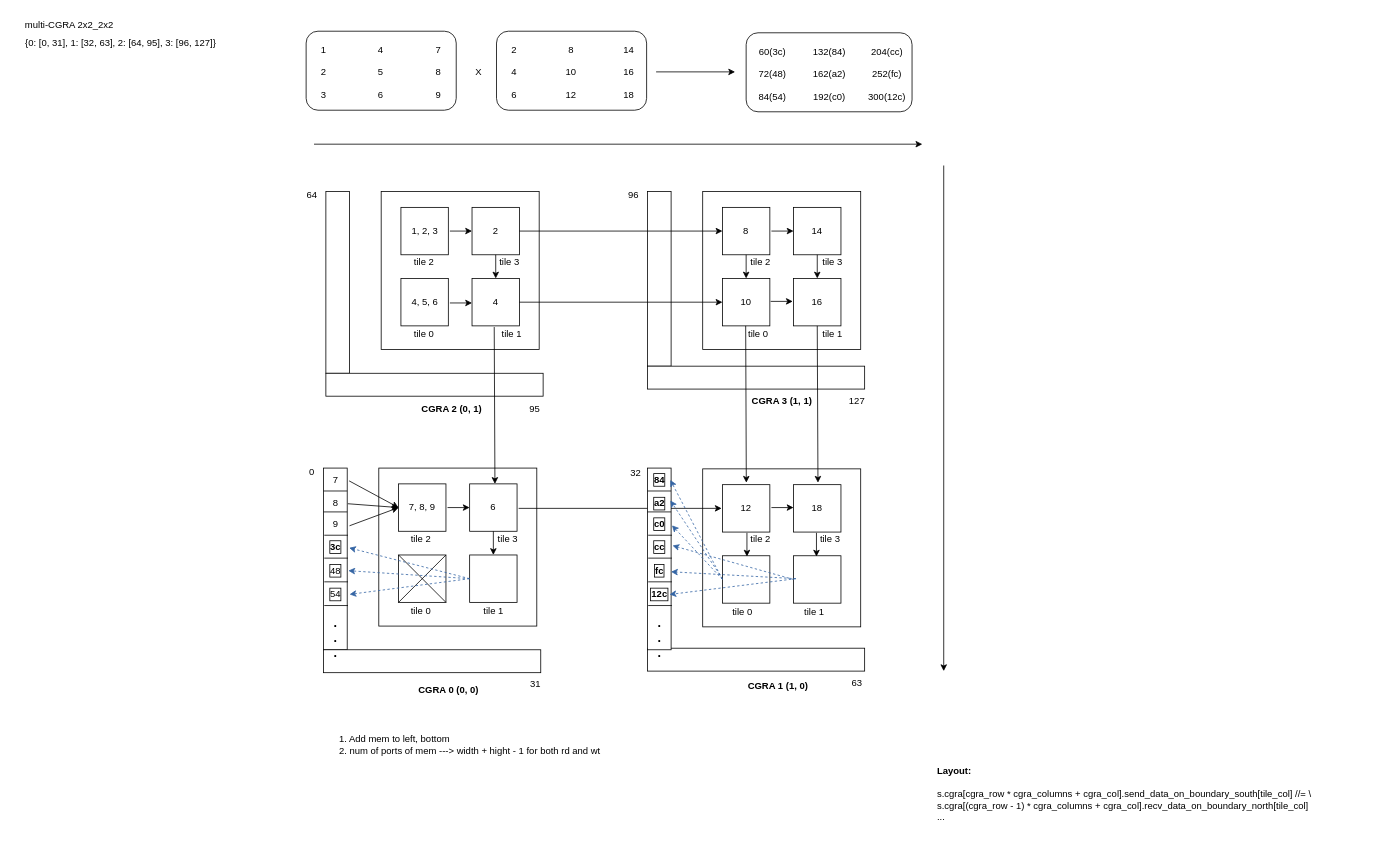
Earlier version of the draw.io diagram page "multi-CGRA systolic" (7 of 8) of Untitled Diagram.drawio (yuqisun/notes). Source tidied: cells renumbered, new cells numbered last; positions are measured from the earlier drawing's top-left corner, leaving out a move shared by most shapes. Both pictures are drawn from the tidied source at 79%, with x=0, y=0 at pixel (13, 13).
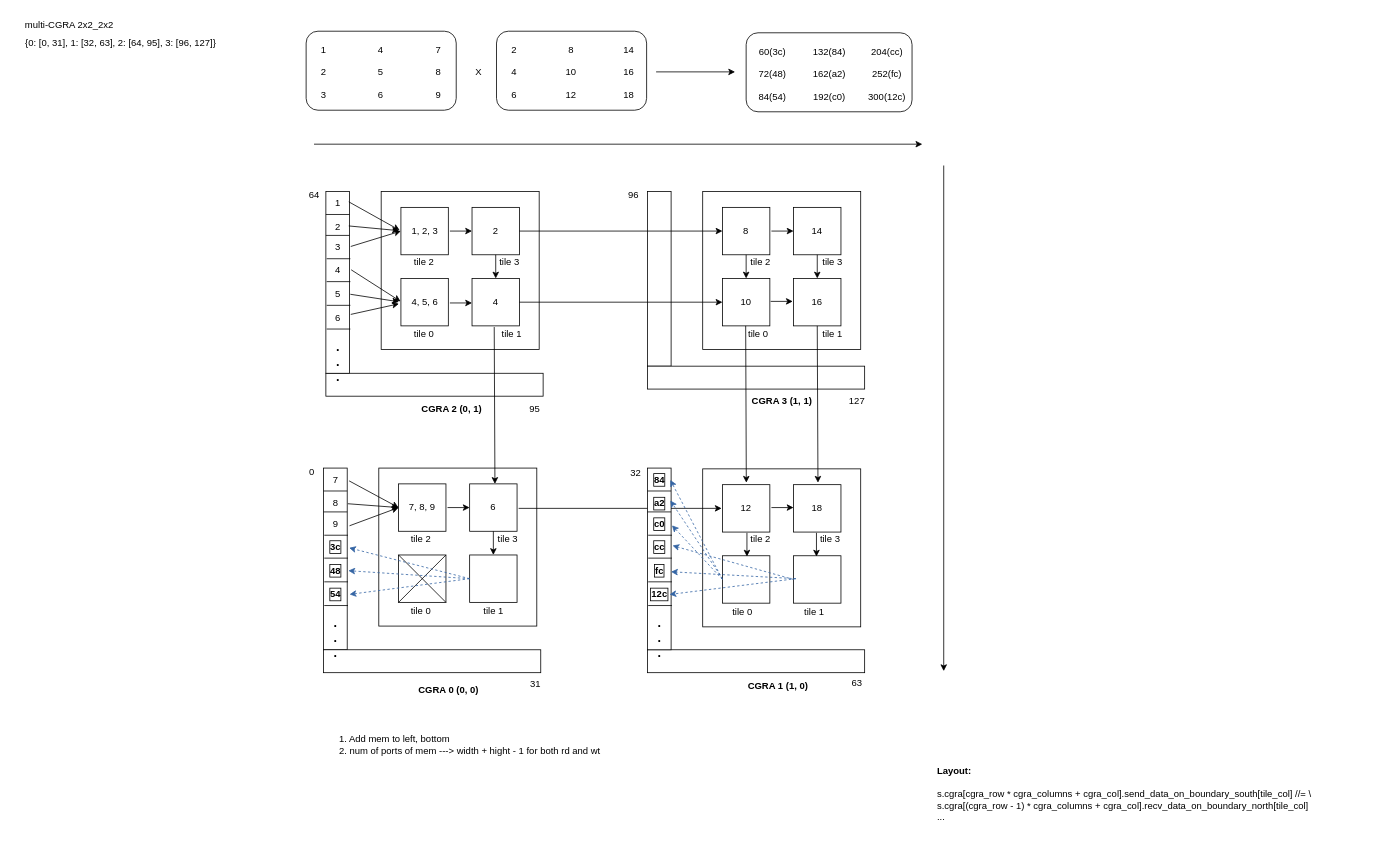
Above is the later version.

Unchanged cells that the change refers to:
```xml
<mxCell id="57" value="4, 5, 6" style="text;html=1;align=center;verticalAlign=middle;points=[];strokeColor=none;fillColor=none;" parent="1" vertex="1">
  <mxGeometry x="490" y="350" width="60" height="30" as="geometry" />
</mxCell>
<mxCell id="58" value="1, 2, 3" style="text;html=1;align=center;verticalAlign=middle;points=[];strokeColor=none;fillColor=none;" parent="1" vertex="1">
  <mxGeometry x="490" y="260" width="60" height="30" as="geometry" />
</mxCell>
```

Change to the diagram source:
```diff
@@
-    <mxCell id="13" style="rounded=0;whiteSpace=wrap;html=1;" parent="1" vertex="1">
-      <mxGeometry x="395" y="225" width="30" height="230" as="geometry" />
-    </mxCell>
@@
-    <mxCell id="41" value="64" style="text;html=1;align=center;verticalAlign=middle;strokeColor=none;fillColor=none;" parent="1" vertex="1">
-      <mxGeometry x="357" y="215" width="40" height="30" as="geometry" />
-    </mxCell>
@@
     <mxCell id="81" style="rounded=0;whiteSpace=wrap;html=1;" parent="1" vertex="1">
-      <mxGeometry x="802" y="803" width="275" height="29" as="geometry" />
+      <mxGeometry x="802" y="805" width="275" height="29" as="geometry" />
     </mxCell>
@@
-    <mxCell id="92" value="48" style="text;html=1;align=center;verticalAlign=middle;points=[];strokeColor=none;fillColor=none;labelBorderColor=default;" parent="1" vertex="1">
+    <mxCell id="92" value="48" style="text;html=1;align=center;verticalAlign=middle;points=[];strokeColor=none;fillColor=none;labelBorderColor=default;fontStyle=1;" parent="1" vertex="1">
       <mxGeometry x="387" y="690" width="40" height="30" as="geometry" />
     </mxCell>
-    <mxCell id="93" value="54" style="text;html=1;align=center;verticalAlign=middle;points=[];strokeColor=none;fillColor=none;labelBorderColor=default;" parent="1" vertex="1">
+    <mxCell id="93" value="54" style="text;html=1;align=center;verticalAlign=middle;points=[];strokeColor=none;fillColor=none;labelBorderColor=default;fontStyle=1;" parent="1" vertex="1">
       <mxGeometry x="387" y="720" width="40" height="30" as="geometry" />
     </mxCell>
@@
+    <mxCell id="13" style="rounded=0;whiteSpace=wrap;html=1;" parent="1" vertex="1">
+      <mxGeometry x="395" y="225" width="30" height="230" as="geometry" />
+    </mxCell>
+    <mxCell id="41" value="64" style="text;html=1;align=center;verticalAlign=middle;strokeColor=none;fillColor=none;" parent="1" vertex="1">
+      <mxGeometry x="360" y="215" width="40" height="30" as="geometry" />
+    </mxCell>
+    <mxCell id="139" style="endArrow=none;html=1;rounded=0;exitX=0;exitY=0.25;exitDx=0;exitDy=0;entryX=1;entryY=0.25;entryDx=0;entryDy=0;" parent="1" edge="1">
+      <mxGeometry relative="1" as="geometry">
+        <mxPoint x="395" y="280.5" as="sourcePoint" />
+        <mxPoint x="425" y="280.5" as="targetPoint" />
+      </mxGeometry>
+    </mxCell>
+    <mxCell id="140" style="endArrow=none;html=1;rounded=0;exitX=0;exitY=0.25;exitDx=0;exitDy=0;entryX=1;entryY=0.25;entryDx=0;entryDy=0;" parent="1" edge="1">
+      <mxGeometry relative="1" as="geometry">
+        <mxPoint x="395" y="254" as="sourcePoint" />
+        <mxPoint x="425" y="254" as="targetPoint" />
+      </mxGeometry>
+    </mxCell>
+    <mxCell id="141" style="endArrow=none;html=1;rounded=0;exitX=0;exitY=0.25;exitDx=0;exitDy=0;entryX=1;entryY=0.25;entryDx=0;entryDy=0;" parent="1" edge="1">
+      <mxGeometry relative="1" as="geometry">
+        <mxPoint x="396" y="310" as="sourcePoint" />
+        <mxPoint x="426" y="310" as="targetPoint" />
+      </mxGeometry>
+    </mxCell>
+    <mxCell id="142" style="endArrow=none;html=1;rounded=0;exitX=0;exitY=0.25;exitDx=0;exitDy=0;entryX=1;entryY=0.25;entryDx=0;entryDy=0;" parent="1" edge="1">
+      <mxGeometry relative="1" as="geometry">
+        <mxPoint x="396" y="339" as="sourcePoint" />
+        <mxPoint x="426" y="339" as="targetPoint" />
+      </mxGeometry>
+    </mxCell>
+    <mxCell id="143" style="endArrow=none;html=1;rounded=0;exitX=0;exitY=0.25;exitDx=0;exitDy=0;entryX=1;entryY=0.25;entryDx=0;entryDy=0;" parent="1" edge="1">
+      <mxGeometry relative="1" as="geometry">
+        <mxPoint x="396" y="369" as="sourcePoint" />
+        <mxPoint x="426" y="369" as="targetPoint" />
+      </mxGeometry>
+    </mxCell>
+    <mxCell id="144" style="endArrow=none;html=1;rounded=0;exitX=0;exitY=0.25;exitDx=0;exitDy=0;entryX=1;entryY=0.25;entryDx=0;entryDy=0;" parent="1" edge="1">
+      <mxGeometry relative="1" as="geometry">
+        <mxPoint x="396" y="399" as="sourcePoint" />
+        <mxPoint x="426" y="399" as="targetPoint" />
+      </mxGeometry>
+    </mxCell>
+    <mxCell id="145" value="1" style="text;html=1;align=center;verticalAlign=middle;points=[];strokeColor=none;fillColor=none;" parent="1" vertex="1">
+      <mxGeometry x="395" y="225" width="30" height="30" as="geometry" />
+    </mxCell>
+    <mxCell id="146" value="2" style="text;html=1;align=center;verticalAlign=middle;points=[];strokeColor=none;fillColor=none;" parent="1" vertex="1">
+      <mxGeometry x="395" y="255" width="30" height="30" as="geometry" />
+    </mxCell>
+    <mxCell id="147" value="3" style="text;html=1;align=center;verticalAlign=middle;points=[];strokeColor=none;fillColor=none;" parent="1" vertex="1">
+      <mxGeometry x="395" y="281" width="30" height="30" as="geometry" />
+    </mxCell>
+    <mxCell id="148" value="4" style="text;html=1;align=center;verticalAlign=middle;points=[];strokeColor=none;fillColor=none;fontColor=default;fontStyle=0;labelBorderColor=none;" parent="1" vertex="1">
+      <mxGeometry x="395" y="310" width="30" height="30" as="geometry" />
+    </mxCell>
+    <mxCell id="149" value="5" style="text;html=1;align=center;verticalAlign=middle;points=[];strokeColor=none;fillColor=none;labelBorderColor=none;" parent="1" vertex="1">
+      <mxGeometry x="395" y="340" width="30" height="30" as="geometry" />
+    </mxCell>
+    <mxCell id="150" value="6" style="text;html=1;align=center;verticalAlign=middle;points=[];strokeColor=none;fillColor=none;labelBorderColor=none;" parent="1" vertex="1">
+      <mxGeometry x="395" y="370" width="30" height="30" as="geometry" />
+    </mxCell>
+    <mxCell id="151" value="&lt;div&gt;.&lt;/div&gt;&lt;div&gt;.&lt;/div&gt;&lt;div&gt;.&lt;/div&gt;" style="text;html=1;align=center;verticalAlign=middle;strokeColor=none;fillColor=none;fontStyle=1;fontSize=16;" parent="1" vertex="1">
+      <mxGeometry x="395" y="405" width="30" height="70" as="geometry" />
+    </mxCell>
+    <mxCell id="152" style="edgeStyle=none;jettySize=auto;html=1;rounded=0;entryX=-0.025;entryY=0.467;entryDx=0;entryDy=0;entryPerimeter=0;exitX=0.967;exitY=0.433;exitDx=0;exitDy=0;exitPerimeter=0;" parent="1" edge="1" source="145" target="58">
+      <mxGeometry relative="1" as="geometry" />
+    </mxCell>
+    <mxCell id="153" style="edgeStyle=none;jettySize=auto;html=1;rounded=0;entryX=-0.042;entryY=0.483;entryDx=0;entryDy=0;entryPerimeter=0;exitX=0.967;exitY=0.45;exitDx=0;exitDy=0;exitPerimeter=0;" parent="1" edge="1" source="146" target="58">
+      <mxGeometry relative="1" as="geometry" />
+    </mxCell>
+    <mxCell id="154" style="edgeStyle=none;jettySize=auto;html=1;rounded=0;exitX=1.05;exitY=0.45;exitDx=0;exitDy=0;exitPerimeter=0;" parent="1" edge="1" source="147">
+      <mxGeometry relative="1" as="geometry">
+        <mxPoint x="490" y="275" as="targetPoint" />
+      </mxGeometry>
+    </mxCell>
+    <mxCell id="155" style="edgeStyle=none;jettySize=auto;html=1;rounded=0;entryX=-0.008;entryY=0.467;entryDx=0;entryDy=0;entryPerimeter=0;exitX=1.067;exitY=0.467;exitDx=0;exitDy=0;exitPerimeter=0;" parent="1" edge="1" source="148" target="57">
+      <mxGeometry relative="1" as="geometry" />
+    </mxCell>
+    <mxCell id="156" style="edgeStyle=none;jettySize=auto;html=1;rounded=0;entryX=-0.042;entryY=0.483;entryDx=0;entryDy=0;entryPerimeter=0;exitX=1.033;exitY=0.5;exitDx=0;exitDy=0;exitPerimeter=0;" parent="1" edge="1" source="149" target="57">
+      <mxGeometry relative="1" as="geometry" />
+    </mxCell>
+    <mxCell id="157" style="edgeStyle=none;jettySize=auto;html=1;rounded=0;entryX=-0.042;entryY=0.567;entryDx=0;entryDy=0;entryPerimeter=0;exitX=1.05;exitY=0.35;exitDx=0;exitDy=0;exitPerimeter=0;" parent="1" edge="1" source="150" target="57">
+      <mxGeometry relative="1" as="geometry" />
+    </mxCell>
```
